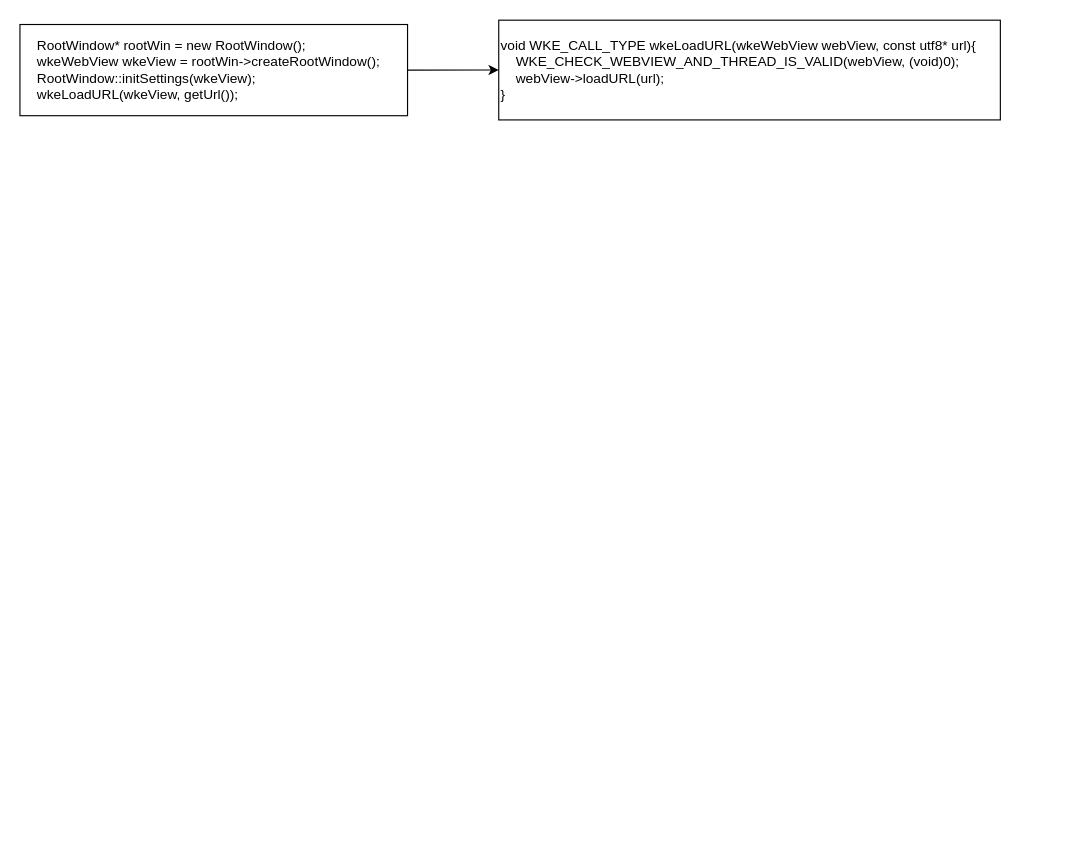
This is chromium_debug_win32.drawio from yuhaishenedc/drawio, a draw.io file, before an edit. Source tidied: cells renumbered, new cells numbered last; positions are measured from the earlier drawing's top-left corner, leaving out a move shared by most shapes. Both pictures are drawn from the tidied source at 114%, with x=0, y=0 at pixel (19, 19).
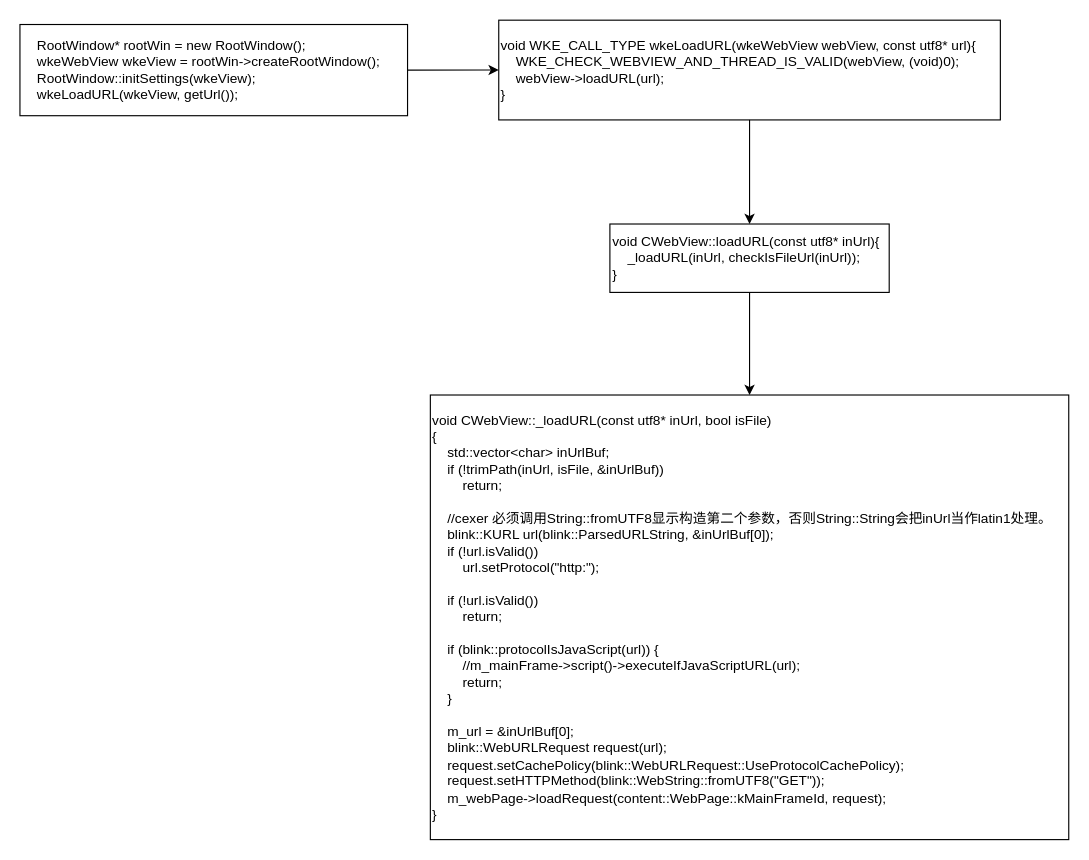
After the change.

What changed in the source:
```diff
@@
 <mxGraphModel>
   <root>
     <mxCell id="0" />
     <mxCell id="1" parent="0" />
     <mxCell id="2" value="&lt;div&gt;&amp;nbsp; &amp;nbsp; RootWindow* rootWin = new RootWindow();&lt;/div&gt;&lt;div&gt;&lt;span style=&quot;font-size: 12px;&quot;&gt;&amp;nbsp; &amp;nbsp; wkeWebView wkeView = rootWin-&amp;gt;createRootWindow();&lt;/span&gt;&lt;/div&gt;&lt;div&gt;&lt;span style=&quot;font-size: 12px;&quot;&gt;&amp;nbsp; &amp;nbsp; RootWindow::initSettings(wkeView);&lt;/span&gt;&lt;/div&gt;&lt;div&gt;&lt;span style=&quot;font-size: 12px;&quot;&gt;&amp;nbsp; &amp;nbsp; wkeLoadURL(wkeView, getUrl());&lt;/span&gt;&lt;/div&gt;" style="rounded=0;whiteSpace=wrap;html=1;align=left;" parent="1" vertex="1">
       <mxGeometry y="4" width="340" height="80" as="geometry" />
     </mxCell>
     <mxCell id="3" value="&lt;div&gt;void WKE_CALL_TYPE wkeLoadURL(wkeWebView webView, const utf8* url)&lt;span style=&quot;background-color: initial;&quot;&gt;{&lt;/span&gt;&lt;/div&gt;&lt;div&gt;&lt;span style=&quot;font-size: 12px;&quot;&gt;&amp;nbsp; &amp;nbsp; WKE_CHECK_WEBVIEW_AND_THREAD_IS_VALID(webView, (void)0);&lt;/span&gt;&lt;/div&gt;&lt;div&gt;&lt;span style=&quot;font-size: 12px;&quot;&gt;&amp;nbsp; &amp;nbsp; webView-&amp;gt;loadURL(url);&lt;/span&gt;&lt;/div&gt;&lt;div style=&quot;&quot;&gt;&lt;span style=&quot;font-size: 12px;&quot;&gt;}&lt;/span&gt;&lt;/div&gt;" style="rounded=0;whiteSpace=wrap;html=1;align=left;" parent="1" vertex="1">
       <mxGeometry x="420" y="0.2" width="440" height="87.5" as="geometry" />
     </mxCell>
     <mxCell id="4" style="endArrow=classic;html=1;rounded=0;exitX=1;exitY=0.5;exitDx=0;exitDy=0;entryX=0;entryY=0.5;entryDx=0;entryDy=0;" parent="1" edge="1" source="2" target="3">
       <mxGeometry relative="1" as="geometry" />
     </mxCell>
+    <mxCell id="5" value="&lt;div&gt;void CWebView::loadURL(const utf8* inUrl)&lt;span style=&quot;background-color: initial;&quot;&gt;{&lt;/span&gt;&lt;/div&gt;&lt;div&gt;&lt;span style=&quot;font-size: 12px;&quot;&gt;&amp;nbsp; &amp;nbsp; _loadURL(inUrl, checkIsFileUrl(inUrl));&lt;/span&gt;&lt;/div&gt;&lt;div&gt;&lt;span style=&quot;font-size: 12px;&quot;&gt;}&lt;/span&gt;&lt;/div&gt;" style="rounded=0;whiteSpace=wrap;html=1;align=left;" parent="1" vertex="1">
+      <mxGeometry x="517.5" y="179" width="245" height="60" as="geometry" />
+    </mxCell>
+    <mxCell id="6" style="endArrow=classic;html=1;rounded=0;exitX=0.5;exitY=1;exitDx=0;exitDy=0;entryX=0.5;entryY=0;entryDx=0;entryDy=0;" parent="1" edge="1" source="3" target="5">
+      <mxGeometry relative="1" as="geometry" />
+    </mxCell>
+    <mxCell id="7" value="&lt;div&gt;void CWebView::_loadURL(const utf8* inUrl, bool isFile)&lt;/div&gt;&lt;div&gt;&lt;span style=&quot;font-size: 12px;&quot;&gt;{&lt;/span&gt;&lt;/div&gt;&lt;div&gt;&lt;span style=&quot;font-size: 12px;&quot;&gt;&amp;nbsp; &amp;nbsp; std::vector&amp;lt;char&amp;gt; inUrlBuf;&lt;/span&gt;&lt;/div&gt;&lt;div&gt;&lt;span style=&quot;font-size: 12px;&quot;&gt;&amp;nbsp; &amp;nbsp; if (!trimPath(inUrl, isFile, &amp;amp;inUrlBuf))&lt;/span&gt;&lt;/div&gt;&lt;div&gt;&lt;span style=&quot;font-size: 12px;&quot;&gt;&amp;nbsp; &amp;nbsp; &amp;nbsp; &amp;nbsp; return;&lt;/span&gt;&lt;/div&gt;&lt;div&gt;&lt;span style=&quot;font-size: 12px;&quot;&gt;&lt;br&gt;&lt;/span&gt;&lt;/div&gt;&lt;div&gt;&lt;span style=&quot;font-size: 12px;&quot;&gt;&amp;nbsp; &amp;nbsp; //cexer 必须调用String::fromUTF8显示构造第二个参数，否则String::String会把inUrl当作latin1处理。&lt;/span&gt;&lt;/div&gt;&lt;div&gt;&lt;span style=&quot;font-size: 12px;&quot;&gt;&amp;nbsp; &amp;nbsp; blink::KURL url(blink::ParsedURLString, &amp;amp;inUrlBuf[0]);&lt;/span&gt;&lt;/div&gt;&lt;div&gt;&lt;span style=&quot;font-size: 12px;&quot;&gt;&amp;nbsp; &amp;nbsp; if (!url.isValid())&lt;/span&gt;&lt;/div&gt;&lt;div&gt;&lt;span style=&quot;font-size: 12px;&quot;&gt;&amp;nbsp; &amp;nbsp; &amp;nbsp; &amp;nbsp; url.setProtocol(&quot;http:&quot;);&lt;/span&gt;&lt;/div&gt;&lt;div&gt;&lt;span style=&quot;font-size: 12px;&quot;&gt;&lt;br&gt;&lt;/span&gt;&lt;/div&gt;&lt;div&gt;&lt;span style=&quot;font-size: 12px;&quot;&gt;&amp;nbsp; &amp;nbsp; if (!url.isValid())&lt;/span&gt;&lt;/div&gt;&lt;div&gt;&lt;span style=&quot;font-size: 12px;&quot;&gt;&amp;nbsp; &amp;nbsp; &amp;nbsp; &amp;nbsp; return;&lt;/span&gt;&lt;/div&gt;&lt;div&gt;&lt;span style=&quot;font-size: 12px;&quot;&gt;&lt;br&gt;&lt;/span&gt;&lt;/div&gt;&lt;div&gt;&lt;span style=&quot;font-size: 12px;&quot;&gt;&amp;nbsp; &amp;nbsp; if (blink::protocolIsJavaScript(url)) {&lt;/span&gt;&lt;/div&gt;&lt;div&gt;&lt;span style=&quot;font-size: 12px;&quot;&gt;&amp;nbsp; &amp;nbsp; &amp;nbsp; &amp;nbsp; //m_mainFrame-&amp;gt;script()-&amp;gt;executeIfJavaScriptURL(url);&lt;/span&gt;&lt;/div&gt;&lt;div&gt;&lt;span style=&quot;font-size: 12px;&quot;&gt;&amp;nbsp; &amp;nbsp; &amp;nbsp; &amp;nbsp; return;&lt;/span&gt;&lt;/div&gt;&lt;div&gt;&lt;span style=&quot;font-size: 12px;&quot;&gt;&amp;nbsp; &amp;nbsp; }&lt;/span&gt;&lt;/div&gt;&lt;div&gt;&lt;span style=&quot;font-size: 12px;&quot;&gt;&lt;br&gt;&lt;/span&gt;&lt;/div&gt;&lt;div&gt;&lt;span style=&quot;font-size: 12px;&quot;&gt;&amp;nbsp; &amp;nbsp; m_url = &amp;amp;inUrlBuf[0];&lt;/span&gt;&lt;/div&gt;&lt;div&gt;&lt;span style=&quot;font-size: 12px;&quot;&gt;&amp;nbsp; &amp;nbsp; blink::WebURLRequest request(url);&lt;/span&gt;&lt;/div&gt;&lt;div&gt;&lt;span style=&quot;font-size: 12px;&quot;&gt;&amp;nbsp; &amp;nbsp; request.setCachePolicy(blink::WebURLRequest::UseProtocolCachePolicy);&lt;/span&gt;&lt;/div&gt;&lt;div&gt;&lt;span style=&quot;font-size: 12px;&quot;&gt;&amp;nbsp; &amp;nbsp; request.setHTTPMethod(blink::WebString::fromUTF8(&quot;GET&quot;));&lt;/span&gt;&lt;/div&gt;&lt;div&gt;&lt;span style=&quot;font-size: 12px;&quot;&gt;&amp;nbsp; &amp;nbsp; m_webPage-&amp;gt;loadRequest(content::WebPage::kMainFrameId, request);&lt;/span&gt;&lt;/div&gt;&lt;div&gt;&lt;span style=&quot;font-size: 12px;&quot;&gt;}&lt;/span&gt;&lt;/div&gt;" style="rounded=0;whiteSpace=wrap;html=1;align=left;" parent="1" vertex="1">
+      <mxGeometry x="360" y="329" width="560" height="390" as="geometry" />
+    </mxCell>
+    <mxCell id="8" style="endArrow=classic;html=1;rounded=0;exitX=0.5;exitY=1;exitDx=0;exitDy=0;entryX=0.5;entryY=0;entryDx=0;entryDy=0;" parent="1" edge="1" source="5" target="7">
+      <mxGeometry relative="1" as="geometry" />
+    </mxCell>
   </root>
 </mxGraphModel>
```
